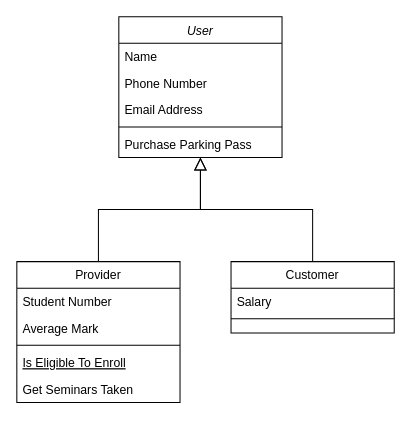
Above: Diagramme sans nom.drawio in daryloffik/Diagrams (draw.io), before the change. Source tidied: cells renumbered, new cells numbered last; positions are measured from the earlier drawing's top-left corner, leaving out a move shared by most shapes. Both pictures are drawn from the tidied source at 102%, with x=0, y=0 at pixel (16, 16).
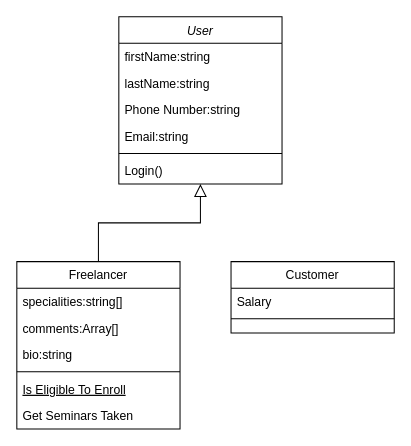
The same diagram, later.

Commit message:
Mettre à jour Diagramme sans nom.drawio

Diff of the diagram source:
```diff
@@
 <mxGraphModel>
   <root>
     <mxCell id="0" />
     <mxCell id="1" parent="0" />
     <mxCell id="2" value="User" style="swimlane;fontStyle=2;align=center;verticalAlign=top;horizontal=1;startSize=26;rounded=0;shadow=0;strokeWidth=1;" parent="1" vertex="1">
-      <mxGeometry x="100" width="160" height="138" as="geometry" />
+      <mxGeometry x="100" width="160" height="164" as="geometry" />
     </mxCell>
-    <mxCell id="3" value="Name" style="text;align=left;verticalAlign=top;spacingLeft=4;spacingRight=4;overflow=hidden;" parent="2" vertex="1">
+    <mxCell id="3" value="firstName:string" style="text;align=left;verticalAlign=top;spacingLeft=4;spacingRight=4;overflow=hidden;" parent="2" vertex="1">
       <mxGeometry y="26" width="160" height="26" as="geometry" />
     </mxCell>
+    <mxCell id="19" value="lastName:string" style="text;align=left;verticalAlign=top;spacingLeft=4;spacingRight=4;overflow=hidden;" parent="2" vertex="1">
+      <mxGeometry y="52" width="160" height="26" as="geometry" />
+    </mxCell>
-    <mxCell id="4" value="Phone Number" style="text;align=left;verticalAlign=top;spacingLeft=4;spacingRight=4;overflow=hidden;rounded=0;shadow=0;html=0;" parent="2" vertex="1">
-      <mxGeometry y="52" width="160" height="26" as="geometry" />
+    <mxCell id="4" value="Phone Number:string" style="text;align=left;verticalAlign=top;spacingLeft=4;spacingRight=4;overflow=hidden;rounded=0;shadow=0;html=0;" parent="2" vertex="1">
+      <mxGeometry y="78" width="160" height="26" as="geometry" />
     </mxCell>
-    <mxCell id="5" value="Email Address" style="text;align=left;verticalAlign=top;spacingLeft=4;spacingRight=4;overflow=hidden;rounded=0;shadow=0;html=0;" parent="2" vertex="1">
-      <mxGeometry y="78" width="160" height="26" as="geometry" />
+    <mxCell id="5" value="Email:string" style="text;align=left;verticalAlign=top;spacingLeft=4;spacingRight=4;overflow=hidden;rounded=0;shadow=0;html=0;" parent="2" vertex="1">
+      <mxGeometry y="104" width="160" height="26" as="geometry" />
     </mxCell>
     <mxCell id="6" style="line;html=1;strokeWidth=1;align=left;verticalAlign=middle;spacingTop=-1;spacingLeft=3;spacingRight=3;labelPosition=right;" parent="2" vertex="1">
-      <mxGeometry y="104" width="160" height="8" as="geometry" />
+      <mxGeometry y="130" width="160" height="8" as="geometry" />
     </mxCell>
-    <mxCell id="7" value="Purchase Parking Pass" style="text;align=left;verticalAlign=top;spacingLeft=4;spacingRight=4;overflow=hidden;" parent="2" vertex="1">
-      <mxGeometry y="112" width="160" height="26" as="geometry" />
+    <mxCell id="7" value="Login()" style="text;align=left;verticalAlign=top;spacingLeft=4;spacingRight=4;overflow=hidden;" parent="2" vertex="1">
+      <mxGeometry y="138" width="160" height="26" as="geometry" />
     </mxCell>
-    <mxCell id="8" value="Provider" style="swimlane;fontStyle=0;align=center;verticalAlign=top;horizontal=1;startSize=26;rounded=0;shadow=0;strokeWidth=1;" parent="1" vertex="1">
-      <mxGeometry y="240" width="160" height="138" as="geometry" />
+    <mxCell id="8" value="Freelancer" style="swimlane;fontStyle=0;align=center;verticalAlign=top;horizontal=1;startSize=26;rounded=0;shadow=0;strokeWidth=1;" parent="1" vertex="1">
+      <mxGeometry y="240" width="160" height="164" as="geometry" />
     </mxCell>
-    <mxCell id="9" value="Student Number" style="text;align=left;verticalAlign=top;spacingLeft=4;spacingRight=4;overflow=hidden;" parent="8" vertex="1">
+    <mxCell id="9" value="specialities:string[]" style="text;align=left;verticalAlign=top;spacingLeft=4;spacingRight=4;overflow=hidden;" parent="8" vertex="1">
       <mxGeometry y="26" width="160" height="26" as="geometry" />
     </mxCell>
-    <mxCell id="10" value="Average Mark" style="text;align=left;verticalAlign=top;spacingLeft=4;spacingRight=4;overflow=hidden;rounded=0;shadow=0;html=0;" parent="8" vertex="1">
+    <mxCell id="10" value="comments:Array[]" style="text;align=left;verticalAlign=top;spacingLeft=4;spacingRight=4;overflow=hidden;rounded=0;shadow=0;html=0;" parent="8" vertex="1">
       <mxGeometry y="52" width="160" height="26" as="geometry" />
     </mxCell>
+    <mxCell id="20" value="bio:string" style="text;align=left;verticalAlign=top;spacingLeft=4;spacingRight=4;overflow=hidden;rounded=0;shadow=0;html=0;" parent="8" vertex="1">
+      <mxGeometry y="78" width="160" height="26" as="geometry" />
+    </mxCell>
     <mxCell id="11" style="line;html=1;strokeWidth=1;align=left;verticalAlign=middle;spacingTop=-1;spacingLeft=3;spacingRight=3;labelPosition=right;" parent="8" vertex="1">
-      <mxGeometry y="78" width="160" height="8" as="geometry" />
+      <mxGeometry y="104" width="160" height="8" as="geometry" />
     </mxCell>
     <mxCell id="12" value="Is Eligible To Enroll" style="text;align=left;verticalAlign=top;spacingLeft=4;spacingRight=4;overflow=hidden;fontStyle=4;" parent="8" vertex="1">
-      <mxGeometry y="86" width="160" height="26" as="geometry" />
+      <mxGeometry y="112" width="160" height="26" as="geometry" />
     </mxCell>
     <mxCell id="13" value="Get Seminars Taken" style="text;align=left;verticalAlign=top;spacingLeft=4;spacingRight=4;overflow=hidden;" parent="8" vertex="1">
-      <mxGeometry y="112" width="160" height="26" as="geometry" />
+      <mxGeometry y="138" width="160" height="26" as="geometry" />
     </mxCell>
     <mxCell id="14" style="endArrow=block;endSize=10;endFill=0;shadow=0;strokeWidth=1;rounded=0;curved=0;edgeStyle=elbowEdgeStyle;elbow=vertical;" parent="1" edge="1" source="8" target="2">
       <mxGeometry relative="1" as="geometry" />
     </mxCell>
     <mxCell id="15" value="Customer" style="swimlane;fontStyle=0;align=center;verticalAlign=top;horizontal=1;startSize=26;rounded=0;shadow=0;strokeWidth=1;" parent="1" vertex="1">
       <mxGeometry x="210" y="240" width="160" height="70" as="geometry" />
     </mxCell>
     <mxCell id="16" value="Salary" style="text;align=left;verticalAlign=top;spacingLeft=4;spacingRight=4;overflow=hidden;" parent="15" vertex="1">
       <mxGeometry y="26" width="160" height="26" as="geometry" />
     </mxCell>
     <mxCell id="17" style="line;html=1;strokeWidth=1;align=left;verticalAlign=middle;spacingTop=-1;spacingLeft=3;spacingRight=3;labelPosition=right;" parent="15" vertex="1">
       <mxGeometry y="52" width="160" height="8" as="geometry" />
     </mxCell>
-    <mxCell id="18" style="endArrow=block;endSize=10;endFill=0;shadow=0;strokeWidth=1;rounded=0;curved=0;edgeStyle=elbowEdgeStyle;elbow=vertical;" parent="1" edge="1" source="15" target="2">
-      <mxGeometry relative="1" as="geometry" />
-    </mxCell>
   </root>
 </mxGraphModel>
```
